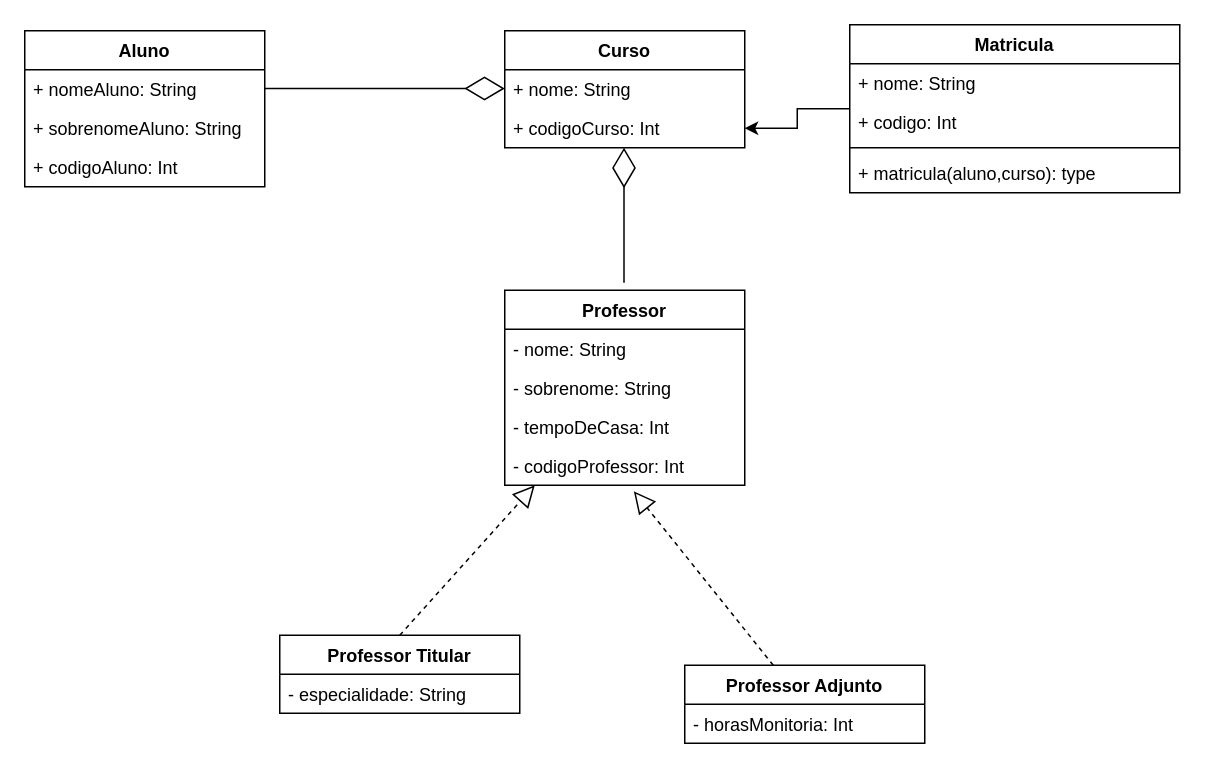
Earlier version of the draw.io diagram DesafioKotlin.drawio (Chrisvaleriano/desafioDH). Source tidied: cells renumbered, new cells numbered last; positions are measured from the earlier drawing's top-left corner, leaving out a move shared by most shapes. Both pictures are drawn from the tidied source at 150%, with x=0, y=0 at pixel (24, 24).
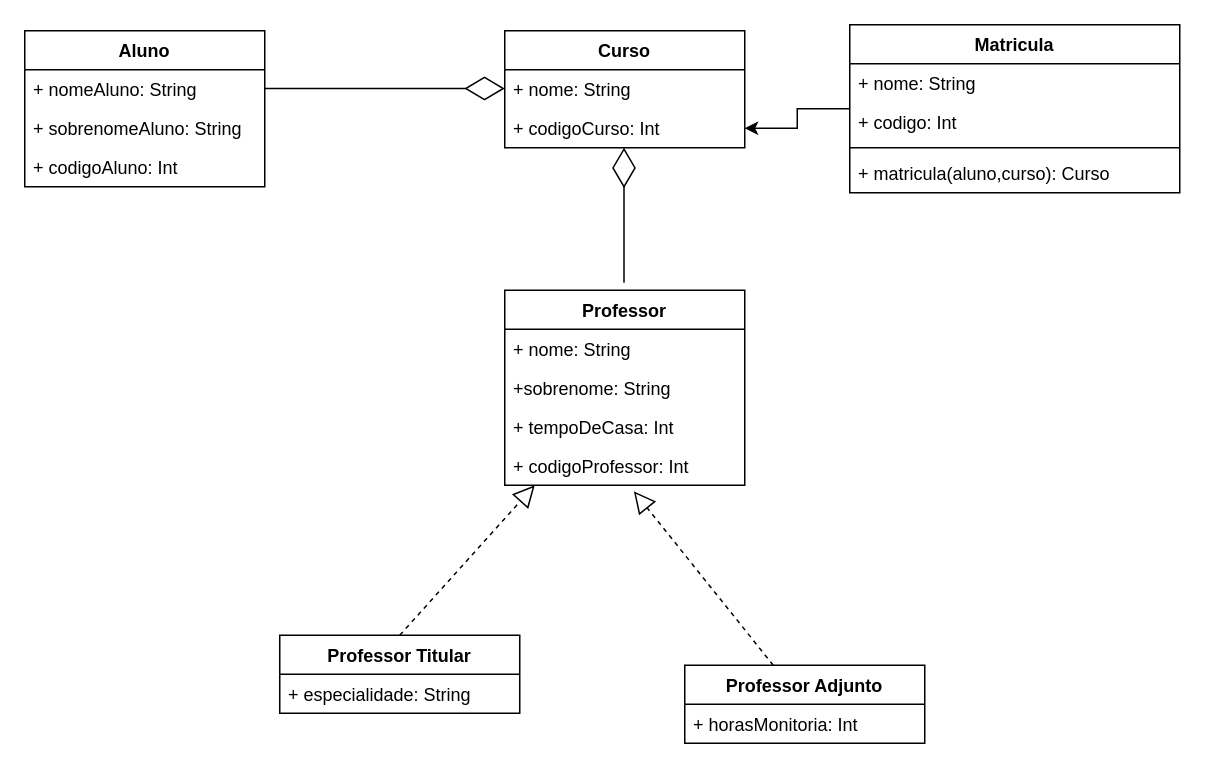
The same page after the edit.

Unchanged cells that the change refers to:
```xml
<mxCell id="9" value="Professor" style="swimlane;fontStyle=1;align=center;verticalAlign=top;horizontal=1;startSize=26;" parent="1" vertex="1">
  <mxGeometry x="320" y="177" width="160" height="130" as="geometry" />
</mxCell>
<mxCell id="16" value="Professor Titular" style="swimlane;fontStyle=1;align=center;verticalAlign=top;horizontal=1;startSize=26;" parent="1" vertex="1">
  <mxGeometry x="170" y="407" width="160" height="52" as="geometry" />
</mxCell>
<mxCell id="18" value="Professor Adjunto" style="swimlane;fontStyle=1;align=center;verticalAlign=top;horizontal=1;startSize=26;" parent="1" vertex="1">
  <mxGeometry x="440" y="427" width="160" height="52" as="geometry" />
</mxCell>
<mxCell id="23" value="Matricula" style="swimlane;fontStyle=1;align=center;verticalAlign=top;horizontal=1;startSize=26;" parent="1" vertex="1">
  <mxGeometry x="550" width="220" height="112" as="geometry" />
</mxCell>
```

Change to the diagram source:
```diff
@@
-    <mxCell id="10" value="- nome: String" style="text;strokeColor=none;fillColor=none;align=left;verticalAlign=top;spacingLeft=4;spacingRight=4;overflow=hidden;" parent="9" vertex="1">
+    <mxCell id="10" value="+ nome: String" style="text;strokeColor=none;fillColor=none;align=left;verticalAlign=top;spacingLeft=4;spacingRight=4;overflow=hidden;" parent="9" vertex="1">
       <mxGeometry y="26" width="160" height="26" as="geometry" />
     </mxCell>
-    <mxCell id="11" value="- sobrenome: String" style="text;strokeColor=none;fillColor=none;align=left;verticalAlign=top;spacingLeft=4;spacingRight=4;overflow=hidden;" parent="9" vertex="1">
+    <mxCell id="11" value="+sobrenome: String" style="text;strokeColor=none;fillColor=none;align=left;verticalAlign=top;spacingLeft=4;spacingRight=4;overflow=hidden;" parent="9" vertex="1">
       <mxGeometry y="52" width="160" height="26" as="geometry" />
     </mxCell>
-    <mxCell id="12" value="- tempoDeCasa: Int" style="text;strokeColor=none;fillColor=none;align=left;verticalAlign=top;spacingLeft=4;spacingRight=4;overflow=hidden;" parent="9" vertex="1">
+    <mxCell id="12" value="+ tempoDeCasa: Int" style="text;strokeColor=none;fillColor=none;align=left;verticalAlign=top;spacingLeft=4;spacingRight=4;overflow=hidden;" parent="9" vertex="1">
       <mxGeometry y="78" width="160" height="26" as="geometry" />
     </mxCell>
-    <mxCell id="13" value="- codigoProfessor: Int" style="text;strokeColor=none;fillColor=none;align=left;verticalAlign=top;spacingLeft=4;spacingRight=4;overflow=hidden;points=[[0,0.5],[1,0.5]];portConstraint=eastwest;" parent="9" vertex="1">
+    <mxCell id="13" value="+ codigoProfessor: Int" style="text;strokeColor=none;fillColor=none;align=left;verticalAlign=top;spacingLeft=4;spacingRight=4;overflow=hidden;points=[[0,0.5],[1,0.5]];portConstraint=eastwest;" parent="9" vertex="1">
       <mxGeometry y="104" width="160" height="26" as="geometry" />
     </mxCell>
@@
-    <mxCell id="17" value="- especialidade: String" style="text;strokeColor=none;fillColor=none;align=left;verticalAlign=top;spacingLeft=4;spacingRight=4;overflow=hidden;" parent="16" vertex="1">
+    <mxCell id="17" value="+ especialidade: String" style="text;strokeColor=none;fillColor=none;align=left;verticalAlign=top;spacingLeft=4;spacingRight=4;overflow=hidden;" parent="16" vertex="1">
       <mxGeometry y="26" width="160" height="26" as="geometry" />
     </mxCell>
@@
-    <mxCell id="19" value="- horasMonitoria: Int" style="text;strokeColor=none;fillColor=none;align=left;verticalAlign=top;spacingLeft=4;spacingRight=4;overflow=hidden;" parent="18" vertex="1">
+    <mxCell id="19" value="+ horasMonitoria: Int" style="text;strokeColor=none;fillColor=none;align=left;verticalAlign=top;spacingLeft=4;spacingRight=4;overflow=hidden;" parent="18" vertex="1">
       <mxGeometry y="26" width="160" height="26" as="geometry" />
     </mxCell>
@@
-    <mxCell id="27" value="+ matricula(aluno,curso): type" style="text;strokeColor=none;fillColor=none;align=left;verticalAlign=top;spacingLeft=4;spacingRight=4;overflow=hidden;" parent="23" vertex="1">
+    <mxCell id="27" value="+ matricula(aluno,curso): Curso" style="text;strokeColor=none;fillColor=none;align=left;verticalAlign=top;spacingLeft=4;spacingRight=4;overflow=hidden;" parent="23" vertex="1">
       <mxGeometry y="86" width="220" height="26" as="geometry" />
     </mxCell>
```
